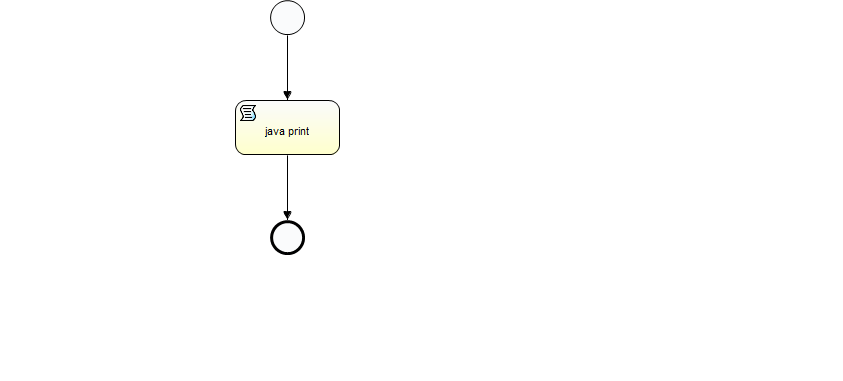
Above: src/main/resources/process/export.png in heyanyong/drug (BPMN), before the change. Its source is kept beside it as src/main/resources/process/export.bpmn. Ids are renumbered.
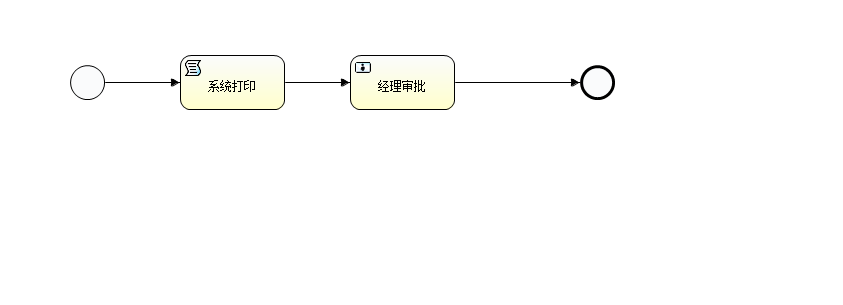
The same diagram one commit later.

Change to the diagram source:
```diff
@@ -3,29 +3,40 @@
     <startEvent id="exportStart" name="Start"></startEvent>
     <endEvent id="endevent1" name="End"></endEvent>
     <sequenceFlow id="flow1" sourceRef="exportStart" targetRef="scripttask1"></sequenceFlow>
-    <sequenceFlow id="flow2" sourceRef="scripttask1" targetRef="endevent1"></sequenceFlow>
-    <scriptTask id="scripttask1" name="java print" scriptFormat="groovy" activiti:autoStoreVariables="false">
+    <sequenceFlow id="flow2" sourceRef="usertask1" targetRef="endevent1"></sequenceFlow>
+    <scriptTask id="scripttask1" name="系统打印" scriptFormat="groovy" activiti:autoStoreVariables="false">
       <script>System.out.println("11111")</script>
     </scriptTask>
+    <userTask id="usertask1" name="经理审批" activiti:assignee="李丽" activiti:candidateUsers="张三">
+      <documentation>描述</documentation>
+    </userTask>
+    <sequenceFlow id="flow3" sourceRef="scripttask1" targetRef="usertask1"></sequenceFlow>
   </process>
   <bpmndi:BPMNDiagram id="BPMNDiagram_export">
     <bpmndi:BPMNPlane bpmnElement="export" id="BPMNPlane_export">
       <bpmndi:BPMNShape bpmnElement="exportStart" id="BPMNShape_exportStart">
-        <omgdc:Bounds height="35.0" width="35.0" x="270.0" y="0.0"></omgdc:Bounds>
+        <omgdc:Bounds height="35.0" width="35.0" x="70.0" y="65.0"></omgdc:Bounds>
       </bpmndi:BPMNShape>
       <bpmndi:BPMNShape bpmnElement="endevent1" id="BPMNShape_endevent1">
-        <omgdc:Bounds height="35.0" width="35.0" x="270.0" y="220.0"></omgdc:Bounds>
+        <omgdc:Bounds height="35.0" width="35.0" x="580.0" y="65.0"></omgdc:Bounds>
       </bpmndi:BPMNShape>
       <bpmndi:BPMNShape bpmnElement="scripttask1" id="BPMNShape_scripttask1">
-        <omgdc:Bounds height="55.0" width="105.0" x="235.0" y="100.0"></omgdc:Bounds>
+        <omgdc:Bounds height="55.0" width="105.0" x="180.0" y="55.0"></omgdc:Bounds>
+      </bpmndi:BPMNShape>
+      <bpmndi:BPMNShape bpmnElement="usertask1" id="BPMNShape_usertask1">
+        <omgdc:Bounds height="55.0" width="105.0" x="350.0" y="55.0"></omgdc:Bounds>
       </bpmndi:BPMNShape>
       <bpmndi:BPMNEdge bpmnElement="flow1" id="BPMNEdge_flow1">
-        <omgdi:waypoint x="287.0" y="35.0"></omgdi:waypoint>
-        <omgdi:waypoint x="287.0" y="100.0"></omgdi:waypoint>
+        <omgdi:waypoint x="105.0" y="82.0"></omgdi:waypoint>
+        <omgdi:waypoint x="180.0" y="82.0"></omgdi:waypoint>
       </bpmndi:BPMNEdge>
       <bpmndi:BPMNEdge bpmnElement="flow2" id="BPMNEdge_flow2">
-        <omgdi:waypoint x="287.0" y="155.0"></omgdi:waypoint>
-        <omgdi:waypoint x="287.0" y="220.0"></omgdi:waypoint>
+        <omgdi:waypoint x="455.0" y="82.0"></omgdi:waypoint>
+        <omgdi:waypoint x="580.0" y="82.0"></omgdi:waypoint>
+      </bpmndi:BPMNEdge>
+      <bpmndi:BPMNEdge bpmnElement="flow3" id="BPMNEdge_flow3">
+        <omgdi:waypoint x="285.0" y="82.0"></omgdi:waypoint>
+        <omgdi:waypoint x="350.0" y="82.0"></omgdi:waypoint>
       </bpmndi:BPMNEdge>
     </bpmndi:BPMNPlane>
   </bpmndi:BPMNDiagram>
```
